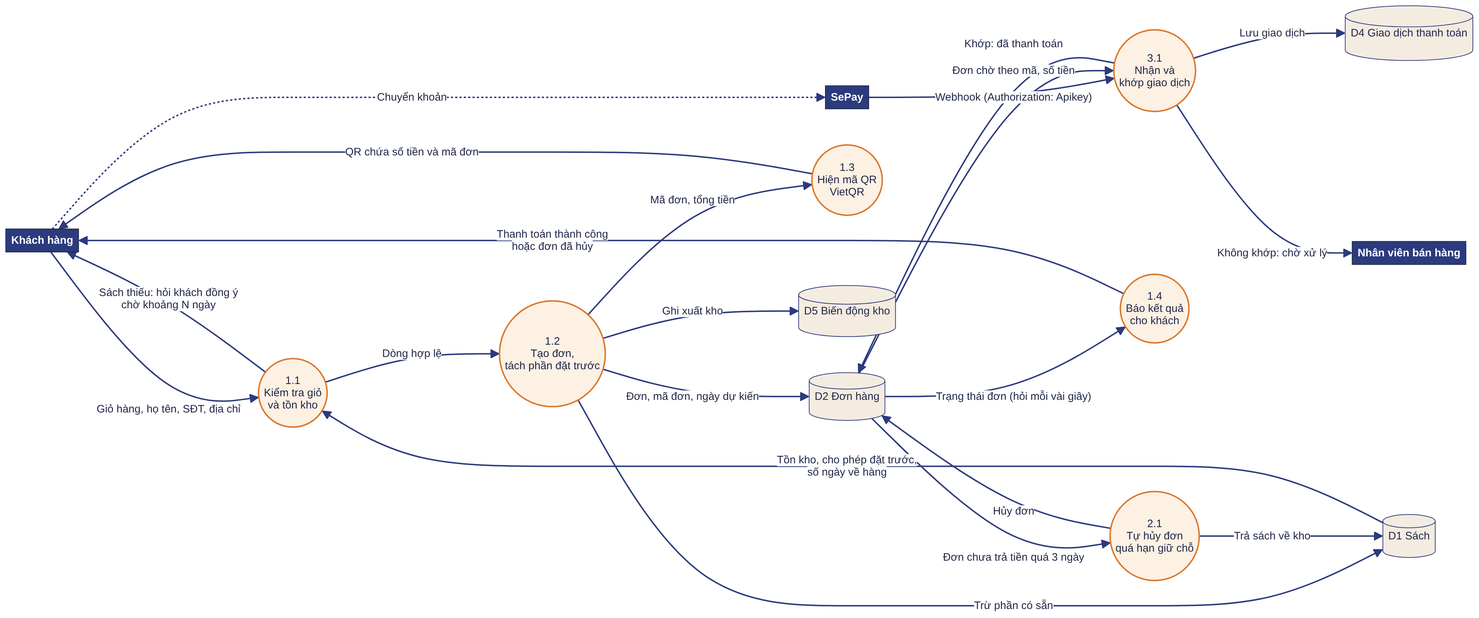
tonga-ai-star/HEPSTORE_JAPAN_FULL keeps this Mermaid diagram as docs/diagrams/DFD_muc_2_dat_hang_thanh_toan.png. Above is the earlier version. Its source is kept beside it as docs/diagrams/DFD_muc_2_dat_hang_thanh_toan.mmd. Source of this version:
```mermaid
flowchart LR
  KH["Khách hàng"]:::ent
  SP["SePay"]:::ent
  NV["Nhân viên bán hàng"]:::ent
  P11(("1.1<br/>Kiểm tra giỏ<br/>và tồn kho")):::proc
  P12(("1.2<br/>Tạo đơn,<br/>tách phần đặt trước")):::proc
  P13(("1.3<br/>Hiện mã QR<br/>VietQR")):::proc
  P31(("3.1<br/>Nhận và<br/>khớp giao dịch")):::proc
  P14(("1.4<br/>Báo kết quả<br/>cho khách")):::proc
  P21(("2.1<br/>Tự hủy đơn<br/>quá hạn giữ chỗ")):::proc
  D1[("D1 Sách")]:::store
  D2[("D2 Đơn hàng")]:::store
  D4[("D4 Giao dịch thanh toán")]:::store
  D5[("D5 Biến động kho")]:::store
  KH -- "Giỏ hàng, họ tên, SĐT, địa chỉ" --> P11
  D1 -- "Tồn kho, cho phép đặt trước,<br/>số ngày về hàng" --> P11
  P11 -- "Sách thiếu: hỏi khách đồng ý<br/>chờ khoảng N ngày" --> KH
  P11 -- "Dòng hợp lệ" --> P12
  P12 -- "Trừ phần có sẵn" --> D1
  P12 -- "Ghi xuất kho" --> D5
  P12 -- "Đơn, mã đơn, ngày dự kiến" --> D2
  P12 -- "Mã đơn, tổng tiền" --> P13
  P13 -- "QR chứa số tiền và mã đơn" --> KH
  KH -. "Chuyển khoản" .-> SP
  SP -- "Webhook (Authorization: Apikey)" --> P31
  P31 -- "Lưu giao dịch" --> D4
  D2 -- "Đơn chờ theo mã, số tiền" --> P31
  P31 -- "Khớp: đã thanh toán" --> D2
  P31 -- "Không khớp: chờ xử lý" --> NV
  D2 -- "Trạng thái đơn (hỏi mỗi vài giây)" --> P14
  P14 -- "Thanh toán thành công<br/>hoặc đơn đã hủy" --> KH
  D2 -- "Đơn chưa trả tiền quá 3 ngày" --> P21
  P21 -- "Hủy đơn" --> D2
  P21 -- "Trả sách về kho" --> D1
  classDef ent fill:#2c3a7e,stroke:#1f2547,color:#ffffff,font-weight:bold
  classDef proc fill:#fdf1e4,stroke:#d9772b,stroke-width:2px,color:#1f2547
  classDef store fill:#f4ece0,stroke:#2c3a7e,stroke-dasharray:0,color:#1f2547
```
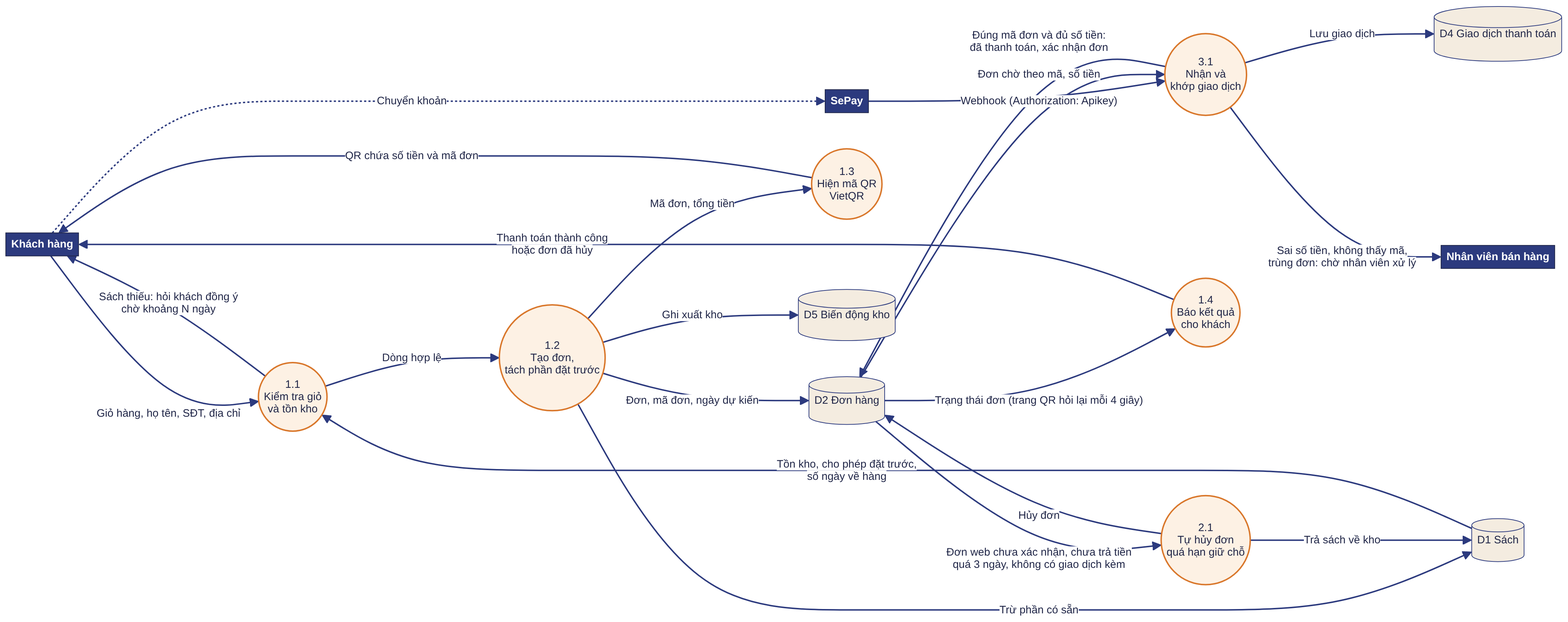
Above is the later version.

Commit message:
docs: sửa sơ đồ cho khớp code (tự hủy đơn, khớp giao dịch, middleware, lời nhắn); đổi tên trang /admin/ sang Hép Bookstore

Diff of the diagram source:
```diff
@@ -25,11 +25,11 @@
   SP -- "Webhook (Authorization: Apikey)" --> P31
   P31 -- "Lưu giao dịch" --> D4
   D2 -- "Đơn chờ theo mã, số tiền" --> P31
-  P31 -- "Khớp: đã thanh toán" --> D2
-  P31 -- "Không khớp: chờ xử lý" --> NV
-  D2 -- "Trạng thái đơn (hỏi mỗi vài giây)" --> P14
+  P31 -- "Đúng mã đơn và đủ số tiền:<br/>đã thanh toán, xác nhận đơn" --> D2
+  P31 -- "Sai số tiền, không thấy mã,<br/>trùng đơn: chờ nhân viên xử lý" --> NV
+  D2 -- "Trạng thái đơn (trang QR hỏi lại mỗi 4 giây)" --> P14
   P14 -- "Thanh toán thành công<br/>hoặc đơn đã hủy" --> KH
-  D2 -- "Đơn chưa trả tiền quá 3 ngày" --> P21
+  D2 -- "Đơn web chưa xác nhận, chưa trả tiền<br/>quá 3 ngày, không có giao dịch kèm" --> P21
   P21 -- "Hủy đơn" --> D2
   P21 -- "Trả sách về kho" --> D1
   classDef ent fill:#2c3a7e,stroke:#1f2547,color:#ffffff,font-weight:bold
```
